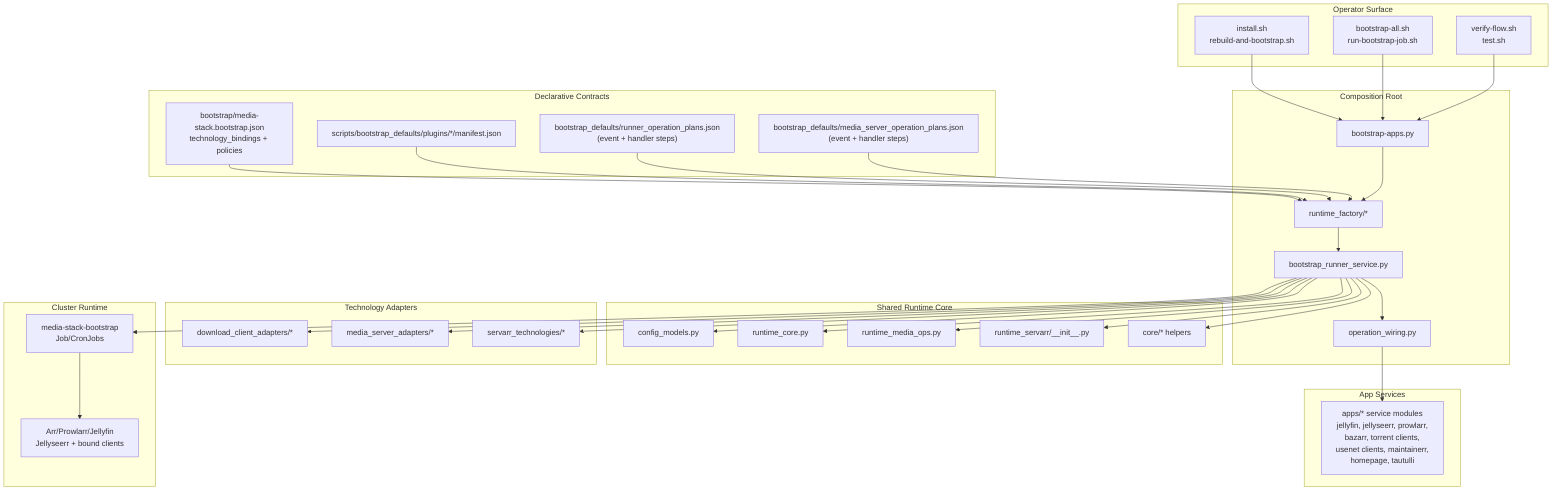
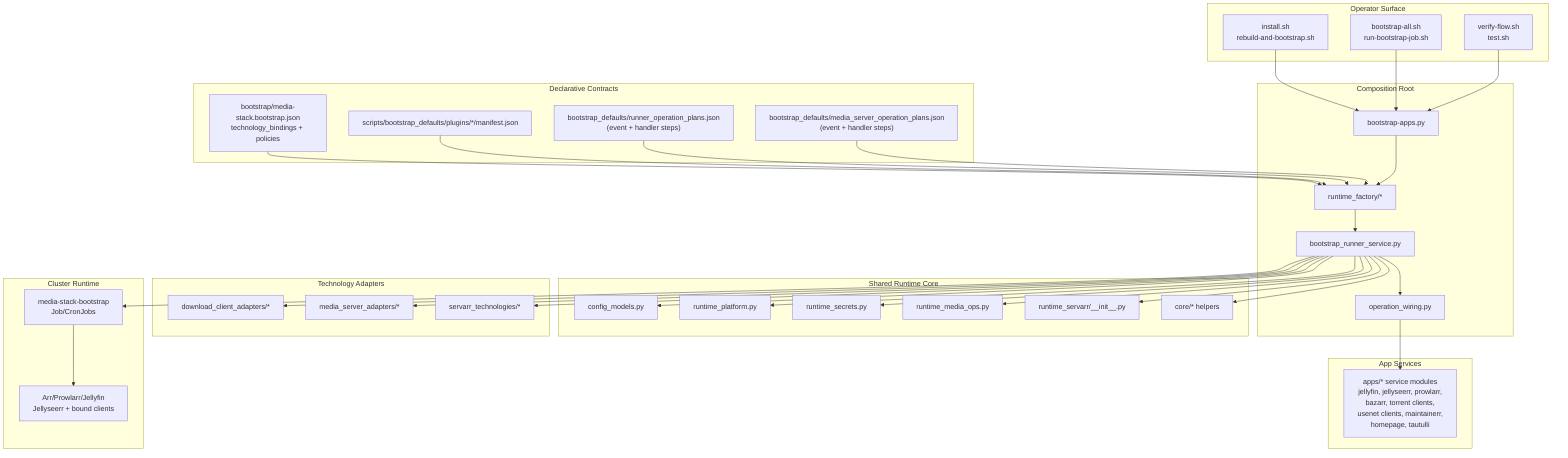
flowchart TD
  subgraph Operators[Operator Surface]
    SH1["install.sh\nrebuild-and-bootstrap.sh"]
    SH2["bootstrap-all.sh\nrun-bootstrap-job.sh"]
    SH3["verify-flow.sh\ntest.sh"]
  end

  subgraph Contracts[Declarative Contracts]
    CFG["bootstrap/media-stack.bootstrap.json\ntechnology_bindings + policies"]
    PM["scripts/bootstrap_defaults/plugins/*/manifest.json"]
    RPLAN["bootstrap_defaults/runner_operation_plans.json\n(event + handler steps)"]
    MPLAN["bootstrap_defaults/media_server_operation_plans.json\n(event + handler steps)"]
  end

  subgraph Entry[Composition Root]
    MAIN["bootstrap-apps.py"]
    RF["runtime_factory/*"]
    RUN["bootstrap_runner_service.py"]
    WIRE["operation_wiring.py"]
  end

  subgraph Core[Shared Runtime Core]
    CFGM["config_models.py"]
-     CORE_RT["runtime_core.py"]
+     CORE_RT["runtime_platform.py"]
+     CORE_SEC["runtime_secrets.py"]
    MED["runtime_media_ops.py"]
    ARR["runtime_servarr/__init__.py"]
    LIB["core/* helpers"]
  end

  subgraph Adapters[Technology Adapters]
    DL["download_client_adapters/*"]
    MS["media_server_adapters/*"]
    SA["servarr_technologies/*"]
  end

  subgraph AppSvc[App Services]
    APPMOD["apps/* service modules\njellyfin, jellyseerr, prowlarr,\nbazarr, torrent clients,\nusenet clients, maintainerr,\nhomepage, tautulli"]
  end

  subgraph Runtime[Cluster Runtime]
    JOB["media-stack-bootstrap\nJob/CronJobs"]
    APPS["Arr/Prowlarr/Jellyfin\nJellyseerr + bound clients"]
  end

  SH1 --> MAIN
  SH2 --> MAIN
  SH3 --> MAIN

  CFG --> RF
  PM --> RF
  RPLAN --> RF
  MPLAN --> RF

  MAIN --> RF --> RUN --> WIRE

  RUN --> CFGM
  RUN --> CORE_RT
+   RUN --> CORE_SEC
  RUN --> MED
  RUN --> ARR
  RUN --> LIB

  RUN --> DL
  RUN --> MS
  RUN --> SA

  WIRE --> APPMOD

  RUN --> JOB --> APPS
